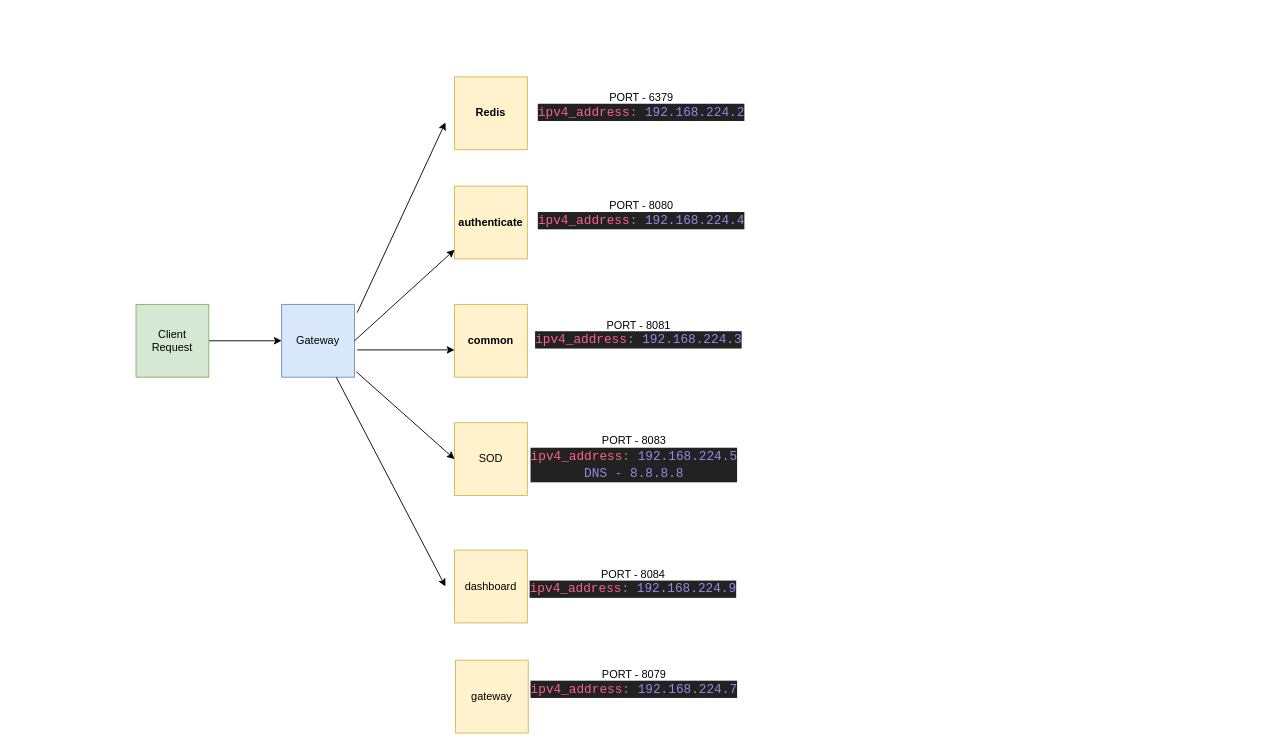
AvikM1996/draw.io keeps this draw.io diagram as Architechture.drawio. Above is the earlier version. Source tidied: cells renumbered, new cells numbered last; positions are measured from the earlier drawing's top-left corner, leaving out a move shared by most shapes. Both pictures are drawn from the tidied source at 91%, with x=0, y=0 at pixel (136, 76).
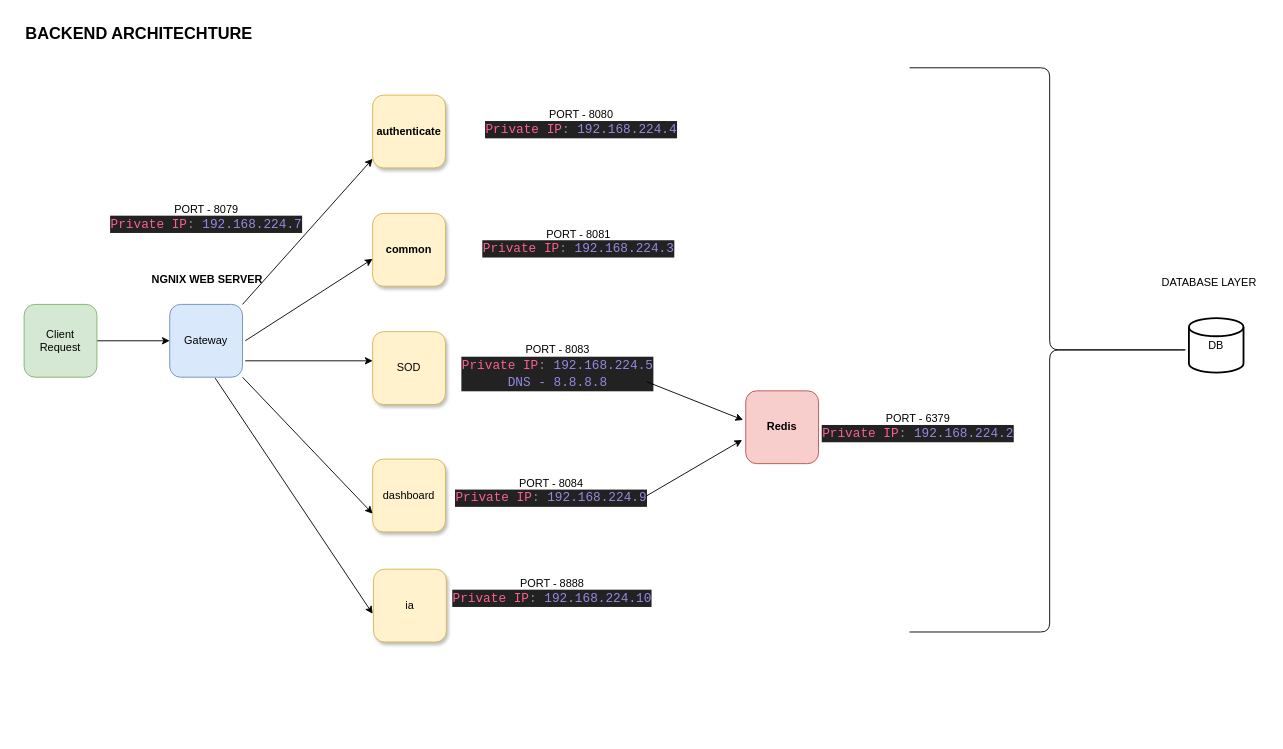
Above is the later version.

Change to the diagram source:
```diff
@@
-    <mxCell id="3" value="Client Request" style="whiteSpace=wrap;html=1;fillColor=#d5e8d4;strokeColor=#82b366;" parent="1" vertex="1">
-      <mxGeometry y="250" width="80" height="80" as="geometry" />
+    <mxCell id="3" value="Client Request" style="whiteSpace=wrap;html=1;fillColor=#d5e8d4;strokeColor=#82b366;rounded=1;" parent="1" vertex="1">
+      <mxGeometry x="-123" y="250" width="80" height="80" as="geometry" />
     </mxCell>
-    <mxCell id="4" value="Gateway" style="whiteSpace=wrap;html=1;fillColor=#dae8fc;strokeColor=#6c8ebf;" parent="1" vertex="1">
-      <mxGeometry x="160" y="250" width="80" height="80" as="geometry" />
+    <mxCell id="4" value="Gateway" style="whiteSpace=wrap;html=1;fillColor=#dae8fc;strokeColor=#6c8ebf;rounded=1;" parent="1" vertex="1">
+      <mxGeometry x="37" y="250" width="80" height="80" as="geometry" />
     </mxCell>
-    <mxCell id="5" value="&lt;b&gt;authenticate&lt;/b&gt;" style="whiteSpace=wrap;html=1;fillColor=#fff2cc;strokeColor=#d6b656;" parent="1" vertex="1">
-      <mxGeometry x="350" y="120" width="80" height="80" as="geometry" />
+    <mxCell id="5" value="&lt;b&gt;authenticate&lt;/b&gt;" style="whiteSpace=wrap;html=1;fillColor=#fff2cc;strokeColor=#d6b656;shadow=1;rounded=1;" parent="1" vertex="1">
+      <mxGeometry x="260" y="20" width="80" height="80" as="geometry" />
     </mxCell>
-    <mxCell id="6" value="&lt;b&gt;Redis&lt;/b&gt;" style="whiteSpace=wrap;html=1;fillColor=#fff2cc;strokeColor=#d6b656;" parent="1" vertex="1">
-      <mxGeometry x="350" width="80" height="80" as="geometry" />
+    <mxCell id="6" value="&lt;b&gt;Redis&lt;/b&gt;" style="whiteSpace=wrap;html=1;fillColor=#f8cecc;strokeColor=#b85450;rounded=1;" parent="1" vertex="1">
+      <mxGeometry x="670" y="345" width="80" height="80" as="geometry" />
     </mxCell>
-    <mxCell id="7" value="&lt;b&gt;common&lt;/b&gt;" style="whiteSpace=wrap;html=1;fillColor=#fff2cc;strokeColor=#d6b656;" parent="1" vertex="1">
-      <mxGeometry x="350" y="250" width="80" height="80" as="geometry" />
+    <mxCell id="7" value="&lt;b&gt;common&lt;/b&gt;" style="whiteSpace=wrap;html=1;fillColor=#fff2cc;strokeColor=#d6b656;shadow=1;rounded=1;" parent="1" vertex="1">
+      <mxGeometry x="260" y="150" width="80" height="80" as="geometry" />
     </mxCell>
-    <mxCell id="8" value="SOD" style="whiteSpace=wrap;html=1;fillColor=#fff2cc;strokeColor=#d6b656;" parent="1" vertex="1">
-      <mxGeometry x="350" y="380" width="80" height="80" as="geometry" />
+    <mxCell id="8" value="SOD" style="whiteSpace=wrap;html=1;fillColor=#fff2cc;strokeColor=#d6b656;shadow=1;rounded=1;" parent="1" vertex="1">
+      <mxGeometry x="260" y="280" width="80" height="80" as="geometry" />
     </mxCell>
-    <mxCell id="9" value="dashboard" style="whiteSpace=wrap;html=1;fillColor=#fff2cc;strokeColor=#d6b656;" parent="1" vertex="1">
-      <mxGeometry x="350" y="520" width="80" height="80" as="geometry" />
+    <mxCell id="9" value="dashboard" style="whiteSpace=wrap;html=1;fillColor=#fff2cc;strokeColor=#d6b656;shadow=1;rounded=1;" parent="1" vertex="1">
+      <mxGeometry x="260" y="420" width="80" height="80" as="geometry" />
     </mxCell>
-    <mxCell id="10" style="endArrow=classic;html=1;rounded=0;exitX=1.038;exitY=0.113;exitDx=0;exitDy=0;exitPerimeter=0;" parent="1" edge="1" source="4">
-      <mxGeometry relative="1" as="geometry">
-        <mxPoint x="340" y="50" as="targetPoint" />
-      </mxGeometry>
-    </mxCell>
-    <mxCell id="11" style="endArrow=classic;html=1;rounded=0;exitX=1;exitY=0.5;exitDx=0;exitDy=0;entryX=0;entryY=0.875;entryDx=0;entryDy=0;entryPerimeter=0;" parent="1" edge="1" source="4" target="5">
+    <mxCell id="11" style="endArrow=classic;html=1;rounded=0;exitX=1;exitY=0;exitDx=0;exitDy=0;entryX=0;entryY=0.875;entryDx=0;entryDy=0;entryPerimeter=0;" parent="1" edge="1" source="4" target="5">
       <mxGeometry relative="1" as="geometry" />
     </mxCell>
-    <mxCell id="12" style="endArrow=classic;html=1;rounded=0;exitX=1.038;exitY=0.625;exitDx=0;exitDy=0;exitPerimeter=0;entryX=0;entryY=0.625;entryDx=0;entryDy=0;entryPerimeter=0;" parent="1" edge="1" source="4" target="7">
-      <mxGeometry relative="1" as="geometry" />
+    <mxCell id="12" style="endArrow=classic;html=1;rounded=0;entryX=0;entryY=0.625;entryDx=0;entryDy=0;entryPerimeter=0;" parent="1" edge="1" target="7">
+      <mxGeometry relative="1" as="geometry">
+        <mxPoint x="120" y="290" as="sourcePoint" />
+      </mxGeometry>
     </mxCell>
-    <mxCell id="13" style="endArrow=classic;html=1;rounded=0;entryX=0;entryY=0.5;entryDx=0;entryDy=0;exitX=1.025;exitY=0.925;exitDx=0;exitDy=0;exitPerimeter=0;" parent="1" edge="1" source="4" target="8">
-      <mxGeometry relative="1" as="geometry" />
+    <mxCell id="13" style="endArrow=classic;html=1;rounded=0;entryX=0;entryY=0.5;entryDx=0;entryDy=0;" parent="1" edge="1">
+      <mxGeometry relative="1" as="geometry">
+        <mxPoint x="120" y="312" as="sourcePoint" />
+        <mxPoint x="260" y="312" as="targetPoint" />
+      </mxGeometry>
     </mxCell>
-    <mxCell id="14" style="endArrow=classic;html=1;rounded=0;exitX=0.75;exitY=1;exitDx=0;exitDy=0;" parent="1" edge="1" source="4">
-      <mxGeometry relative="1" as="geometry">
-        <mxPoint x="340" y="560" as="targetPoint" />
-      </mxGeometry>
+    <mxCell id="14" style="endArrow=classic;html=1;rounded=0;exitX=1;exitY=1;exitDx=0;exitDy=0;entryX=0;entryY=0.75;entryDx=0;entryDy=0;" parent="1" edge="1" source="4" target="9">
+      <mxGeometry relative="1" as="geometry" />
     </mxCell>
-    <mxCell id="15" value="PORT - 6379&lt;div&gt;&lt;div style=&quot;color: rgb(247, 241, 255); background-color: rgb(34, 34, 34); font-family: Consolas, &amp;quot;Courier New&amp;quot;, monospace; font-size: 14px; line-height: 19px; white-space-collapse: preserve;&quot;&gt;&lt;span style=&quot;color: #fc618d;&quot;&gt;ipv4_address&lt;/span&gt;&lt;span style=&quot;color: #8b888f;&quot;&gt;:&lt;/span&gt; &lt;span style=&quot;color: #948ae3;&quot;&gt;192.168.224.2&lt;/span&gt;&lt;/div&gt;&lt;/div&gt;" style="text;html=1;align=center;verticalAlign=middle;strokeColor=none;fillColor=none;" parent="1" vertex="1">
-      <mxGeometry x="440" y="7" width="230" height="50" as="geometry" />
+    <mxCell id="15" value="PORT - 6379&lt;div&gt;&lt;div style=&quot;color: rgb(247, 241, 255); background-color: rgb(34, 34, 34); font-family: Consolas, &amp;quot;Courier New&amp;quot;, monospace; font-size: 14px; line-height: 19px; white-space-collapse: preserve;&quot;&gt;&lt;span style=&quot;color: rgb(252, 97, 141);&quot;&gt;Private IP&lt;/span&gt;&lt;span style=&quot;color: rgb(139, 136, 143);&quot;&gt;:&lt;/span&gt; &lt;span style=&quot;color: rgb(148, 138, 227);&quot;&gt;192.168.224.2&lt;/span&gt;&lt;/div&gt;&lt;/div&gt;" style="text;html=1;align=center;verticalAlign=middle;strokeColor=none;fillColor=none;" parent="1" vertex="1">
+      <mxGeometry x="749" y="360" width="220" height="50" as="geometry" />
     </mxCell>
-    <mxCell id="16" value="PORT - 8080&lt;div&gt;&lt;div style=&quot;color: rgb(247, 241, 255); background-color: rgb(34, 34, 34); font-family: Consolas, &amp;quot;Courier New&amp;quot;, monospace; font-size: 14px; line-height: 19px; white-space-collapse: preserve;&quot;&gt;&lt;span style=&quot;color: rgb(252, 97, 141);&quot;&gt;ipv4_address&lt;/span&gt;&lt;span style=&quot;color: rgb(139, 136, 143);&quot;&gt;:&lt;/span&gt; &lt;span style=&quot;color: rgb(148, 138, 227);&quot;&gt;192.168.224.4&lt;/span&gt;&lt;/div&gt;&lt;/div&gt;" style="text;html=1;align=center;verticalAlign=middle;strokeColor=none;fillColor=none;" parent="1" vertex="1">
-      <mxGeometry x="440" y="126" width="230" height="50" as="geometry" />
+    <mxCell id="16" value="PORT - 8080&lt;div&gt;&lt;div style=&quot;color: rgb(247, 241, 255); background-color: rgb(34, 34, 34); font-family: Consolas, &amp;quot;Courier New&amp;quot;, monospace; font-size: 14px; line-height: 19px; white-space-collapse: preserve;&quot;&gt;&lt;span style=&quot;color: rgb(252, 97, 141);&quot;&gt;Private IP&lt;/span&gt;&lt;span style=&quot;color: rgb(139, 136, 143);&quot;&gt;:&lt;/span&gt; &lt;span style=&quot;color: rgb(148, 138, 227);&quot;&gt;192.168.224.4&lt;/span&gt;&lt;/div&gt;&lt;/div&gt;" style="text;html=1;align=center;verticalAlign=middle;strokeColor=none;fillColor=none;" parent="1" vertex="1">
+      <mxGeometry x="379" y="26" width="220" height="50" as="geometry" />
     </mxCell>
-    <mxCell id="17" value="PORT - 8081&lt;div&gt;&lt;div style=&quot;color: rgb(247, 241, 255); background-color: rgb(34, 34, 34); font-family: Consolas, &amp;quot;Courier New&amp;quot;, monospace; font-size: 14px; line-height: 19px; white-space-collapse: preserve;&quot;&gt;&lt;span style=&quot;color: rgb(252, 97, 141);&quot;&gt;ipv4_address&lt;/span&gt;&lt;span style=&quot;color: rgb(139, 136, 143);&quot;&gt;:&lt;/span&gt; &lt;span style=&quot;color: rgb(148, 138, 227);&quot;&gt;192.168.224.3&lt;/span&gt;&lt;/div&gt;&lt;/div&gt;" style="text;html=1;align=center;verticalAlign=middle;strokeColor=none;fillColor=none;" parent="1" vertex="1">
-      <mxGeometry x="437" y="257" width="230" height="50" as="geometry" />
+    <mxCell id="17" value="PORT - 8081&lt;div&gt;&lt;div style=&quot;color: rgb(247, 241, 255); background-color: rgb(34, 34, 34); font-family: Consolas, &amp;quot;Courier New&amp;quot;, monospace; font-size: 14px; line-height: 19px; white-space-collapse: preserve;&quot;&gt;&lt;span style=&quot;color: rgb(139, 136, 143);&quot;&gt;&lt;span style=&quot;color: rgb(252, 97, 141);&quot;&gt;Private IP&lt;/span&gt;:&lt;/span&gt; &lt;span style=&quot;color: rgb(148, 138, 227);&quot;&gt;192.168.224.3&lt;/span&gt;&lt;/div&gt;&lt;/div&gt;" style="text;html=1;align=center;verticalAlign=middle;strokeColor=none;fillColor=none;" parent="1" vertex="1">
+      <mxGeometry x="376" y="157" width="220" height="50" as="geometry" />
     </mxCell>
-    <mxCell id="18" value="PORT - 8083&lt;div&gt;&lt;div style=&quot;color: rgb(247, 241, 255); background-color: rgb(34, 34, 34); font-family: Consolas, &amp;quot;Courier New&amp;quot;, monospace; font-size: 14px; line-height: 19px; white-space-collapse: preserve;&quot;&gt;&lt;span style=&quot;color: rgb(252, 97, 141);&quot;&gt;ipv4_address&lt;/span&gt;&lt;span style=&quot;color: rgb(139, 136, 143);&quot;&gt;:&lt;/span&gt; &lt;span style=&quot;color: rgb(148, 138, 227);&quot;&gt;192.168.224.5&lt;/span&gt;&lt;/div&gt;&lt;/div&gt;&lt;div style=&quot;color: rgb(247, 241, 255); background-color: rgb(34, 34, 34); font-family: Consolas, &amp;quot;Courier New&amp;quot;, monospace; font-size: 14px; line-height: 19px; white-space-collapse: preserve;&quot;&gt;&lt;span style=&quot;color: rgb(148, 138, 227);&quot;&gt;DNS - 8.8.8.8&lt;/span&gt;&lt;/div&gt;" style="text;html=1;align=center;verticalAlign=middle;strokeColor=none;fillColor=none;" parent="1" vertex="1">
-      <mxGeometry x="432" y="384" width="230" height="70" as="geometry" />
+    <mxCell id="18" value="PORT - 8083&lt;div&gt;&lt;div style=&quot;color: rgb(247, 241, 255); background-color: rgb(34, 34, 34); font-family: Consolas, &amp;quot;Courier New&amp;quot;, monospace; font-size: 14px; line-height: 19px; white-space-collapse: preserve;&quot;&gt;&lt;span style=&quot;color: rgb(252, 97, 141);&quot;&gt;Private IP&lt;/span&gt;&lt;span style=&quot;color: rgb(139, 136, 143);&quot;&gt;:&lt;/span&gt; &lt;span style=&quot;color: rgb(148, 138, 227);&quot;&gt;192.168.224.5&lt;/span&gt;&lt;/div&gt;&lt;/div&gt;&lt;div style=&quot;color: rgb(247, 241, 255); background-color: rgb(34, 34, 34); font-family: Consolas, &amp;quot;Courier New&amp;quot;, monospace; font-size: 14px; line-height: 19px; white-space-collapse: preserve;&quot;&gt;&lt;span style=&quot;color: rgb(148, 138, 227);&quot;&gt;DNS - 8.8.8.8&lt;/span&gt;&lt;/div&gt;" style="text;html=1;align=center;verticalAlign=middle;strokeColor=none;fillColor=none;" parent="1" vertex="1">
+      <mxGeometry x="353" y="284" width="220" height="70" as="geometry" />
     </mxCell>
-    <mxCell id="19" value="PORT - 8084&lt;div&gt;&lt;div style=&quot;color: rgb(247, 241, 255); background-color: rgb(34, 34, 34); font-family: Consolas, &amp;quot;Courier New&amp;quot;, monospace; font-size: 14px; line-height: 19px; white-space-collapse: preserve;&quot;&gt;&lt;span style=&quot;color: rgb(252, 97, 141);&quot;&gt;ipv4_address&lt;/span&gt;&lt;span style=&quot;color: rgb(139, 136, 143);&quot;&gt;:&lt;/span&gt; &lt;span style=&quot;color: rgb(148, 138, 227);&quot;&gt;192.168.224.9&lt;/span&gt;&lt;/div&gt;&lt;/div&gt;" style="text;html=1;align=center;verticalAlign=middle;strokeColor=none;fillColor=none;" parent="1" vertex="1">
-      <mxGeometry x="431" y="531" width="230" height="50" as="geometry" />
+    <mxCell id="19" value="PORT - 8084&lt;div&gt;&lt;div style=&quot;color: rgb(247, 241, 255); background-color: rgb(34, 34, 34); font-family: Consolas, &amp;quot;Courier New&amp;quot;, monospace; font-size: 14px; line-height: 19px; white-space-collapse: preserve;&quot;&gt;&lt;span style=&quot;color: rgb(252, 97, 141);&quot;&gt;Private IP&lt;/span&gt;&lt;span style=&quot;color: rgb(139, 136, 143);&quot;&gt;:&lt;/span&gt; &lt;span style=&quot;color: rgb(148, 138, 227);&quot;&gt;192.168.224.9&lt;/span&gt;&lt;/div&gt;&lt;/div&gt;" style="text;html=1;align=center;verticalAlign=middle;strokeColor=none;fillColor=none;" parent="1" vertex="1">
+      <mxGeometry x="346" y="431" width="220" height="50" as="geometry" />
     </mxCell>
-    <mxCell id="20" value="gateway" style="whiteSpace=wrap;html=1;fillColor=#fff2cc;strokeColor=#d6b656;" parent="1" vertex="1">
-      <mxGeometry x="351" y="641" width="80" height="80" as="geometry" />
+    <mxCell id="20" value="ia" style="whiteSpace=wrap;html=1;fillColor=#fff2cc;strokeColor=#d6b656;shadow=1;rounded=1;" parent="1" vertex="1">
+      <mxGeometry x="261" y="541" width="80" height="80" as="geometry" />
     </mxCell>
-    <mxCell id="21" value="PORT - 8079&lt;div&gt;&lt;div style=&quot;color: rgb(247, 241, 255); background-color: rgb(34, 34, 34); font-family: Consolas, &amp;quot;Courier New&amp;quot;, monospace; font-size: 14px; line-height: 19px; white-space-collapse: preserve;&quot;&gt;&lt;span style=&quot;color: rgb(252, 97, 141);&quot;&gt;ipv4_address&lt;/span&gt;&lt;span style=&quot;color: rgb(139, 136, 143);&quot;&gt;:&lt;/span&gt; &lt;span style=&quot;color: rgb(148, 138, 227);&quot;&gt;192.168.224.7&lt;/span&gt;&lt;/div&gt;&lt;/div&gt;" style="text;html=1;align=center;verticalAlign=middle;strokeColor=none;fillColor=none;" parent="1" vertex="1">
-      <mxGeometry x="432" y="641" width="230" height="50" as="geometry" />
+    <mxCell id="21" value="PORT - 8888&lt;div&gt;&lt;div style=&quot;color: rgb(247, 241, 255); background-color: rgb(34, 34, 34); font-family: Consolas, &amp;quot;Courier New&amp;quot;, monospace; font-size: 14px; line-height: 19px; white-space-collapse: preserve;&quot;&gt;&lt;span style=&quot;color: rgb(252, 97, 141);&quot;&gt;Private IP&lt;/span&gt;&lt;span style=&quot;color: rgb(139, 136, 143);&quot;&gt;:&lt;/span&gt; &lt;span style=&quot;color: rgb(148, 138, 227);&quot;&gt;192.168.224.10&lt;/span&gt;&lt;/div&gt;&lt;/div&gt;" style="text;html=1;align=center;verticalAlign=middle;strokeColor=none;fillColor=none;" parent="1" vertex="1">
+      <mxGeometry x="347" y="541" width="220" height="50" as="geometry" />
     </mxCell>
+    <mxCell id="22" style="endArrow=classic;html=1;rounded=0;exitX=0.625;exitY=1.013;exitDx=0;exitDy=0;exitPerimeter=0;" parent="1" edge="1" source="4">
+      <mxGeometry relative="1" as="geometry">
+        <mxPoint x="260" y="590" as="targetPoint" />
+      </mxGeometry>
+    </mxCell>
+    <mxCell id="23" style="endArrow=classic;html=1;rounded=0;exitX=0.983;exitY=0.814;exitDx=0;exitDy=0;exitPerimeter=0;entryX=-0.037;entryY=0.4;entryDx=0;entryDy=0;entryPerimeter=0;" parent="1" edge="1" target="6">
+      <mxGeometry relative="1" as="geometry">
+        <mxPoint x="561.1" y="335" as="sourcePoint" />
+      </mxGeometry>
+    </mxCell>
+    <mxCell id="24" style="endArrow=classic;html=1;rounded=0;entryX=-0.05;entryY=0.675;entryDx=0;entryDy=0;entryPerimeter=0;" parent="1" edge="1" target="6">
+      <mxGeometry relative="1" as="geometry">
+        <mxPoint x="560" y="461" as="sourcePoint" />
+      </mxGeometry>
+    </mxCell>
+    <mxCell id="25" value="&lt;b&gt;NGNIX WEB SERVER&lt;/b&gt;" style="text;html=1;align=center;verticalAlign=middle;strokeColor=none;fillColor=none;" parent="1" vertex="1">
+      <mxGeometry x="3" y="208" width="150" height="30" as="geometry" />
+    </mxCell>
+    <mxCell id="26" value="&lt;b&gt;&lt;font style=&quot;font-size: 18px;&quot;&gt;BACKEND ARCHITECHTURE&lt;/font&gt;&lt;/b&gt;" style="text;html=1;align=center;verticalAlign=middle;strokeColor=none;fillColor=none;" parent="1" vertex="1">
+      <mxGeometry x="-132" y="-67" width="270" height="40" as="geometry" />
+    </mxCell>
+    <mxCell id="27" style="shape=curlyBracket;whiteSpace=wrap;html=1;rounded=1;flipH=1;labelPosition=right;verticalLabelPosition=middle;align=left;verticalAlign=middle;" parent="1" vertex="1">
+      <mxGeometry x="850" y="-10" width="308" height="620" as="geometry" />
+    </mxCell>
+    <mxCell id="28" value="DB" style="strokeWidth=2;html=1;shape=mxgraph.flowchart.database;whiteSpace=wrap;" parent="1" vertex="1">
+      <mxGeometry x="1157" y="265" width="60" height="60" as="geometry" />
+    </mxCell>
+    <mxCell id="29" value="DATABASE LAYER" style="text;html=1;align=center;verticalAlign=middle;strokeColor=none;fillColor=none;" parent="1" vertex="1">
+      <mxGeometry x="1114" y="211" width="130" height="30" as="geometry" />
+    </mxCell>
+    <mxCell id="30" value="PORT - 8079&lt;div&gt;&lt;div style=&quot;color: rgb(247, 241, 255); background-color: rgb(34, 34, 34); font-family: Consolas, &amp;quot;Courier New&amp;quot;, monospace; font-size: 14px; line-height: 19px; white-space-collapse: preserve;&quot;&gt;&lt;span style=&quot;color: rgb(252, 97, 141);&quot;&gt;Private IP&lt;/span&gt;&lt;span style=&quot;color: rgb(139, 136, 143);&quot;&gt;:&lt;/span&gt; &lt;span style=&quot;color: rgb(148, 138, 227);&quot;&gt;192.168.224.7&lt;/span&gt;&lt;/div&gt;&lt;/div&gt;" style="text;html=1;align=center;verticalAlign=middle;strokeColor=none;fillColor=none;" parent="1" vertex="1">
+      <mxGeometry x="-33" y="130" width="220" height="50" as="geometry" />
+    </mxCell>
```
